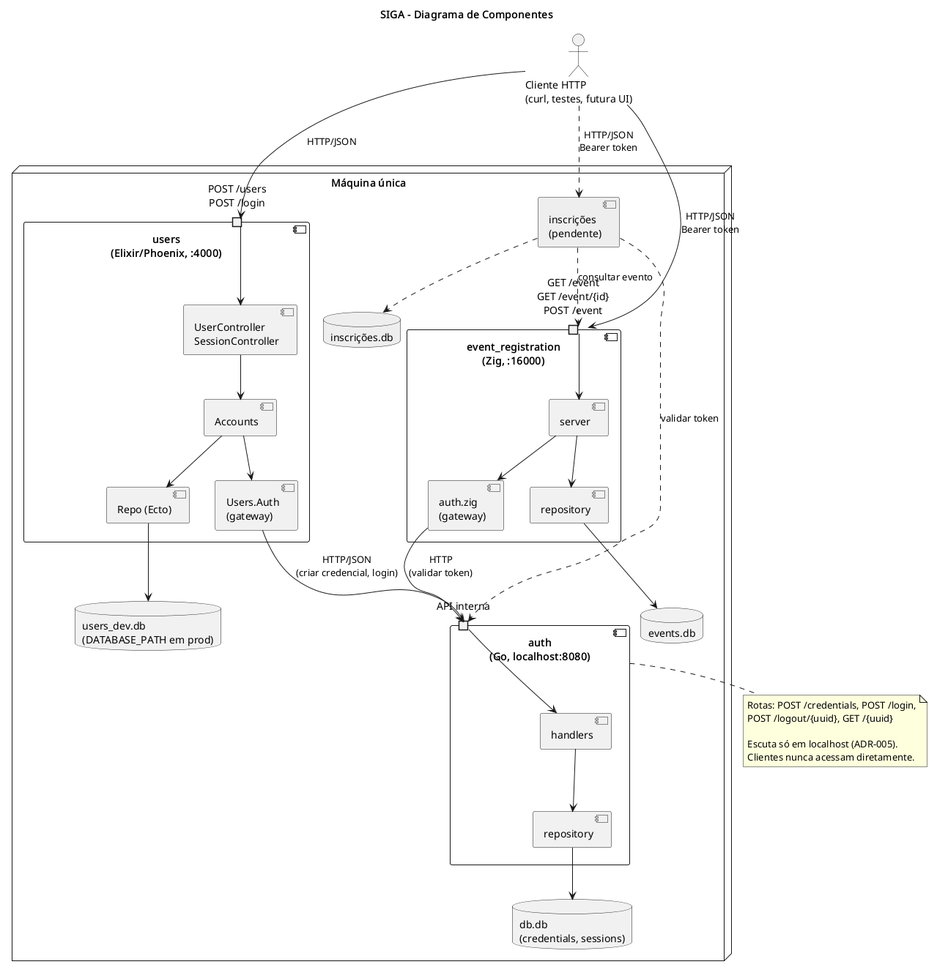
Before: docs/diagramas/componentes.png, a diagram exported from PlantUML (gboncoffee/siga).
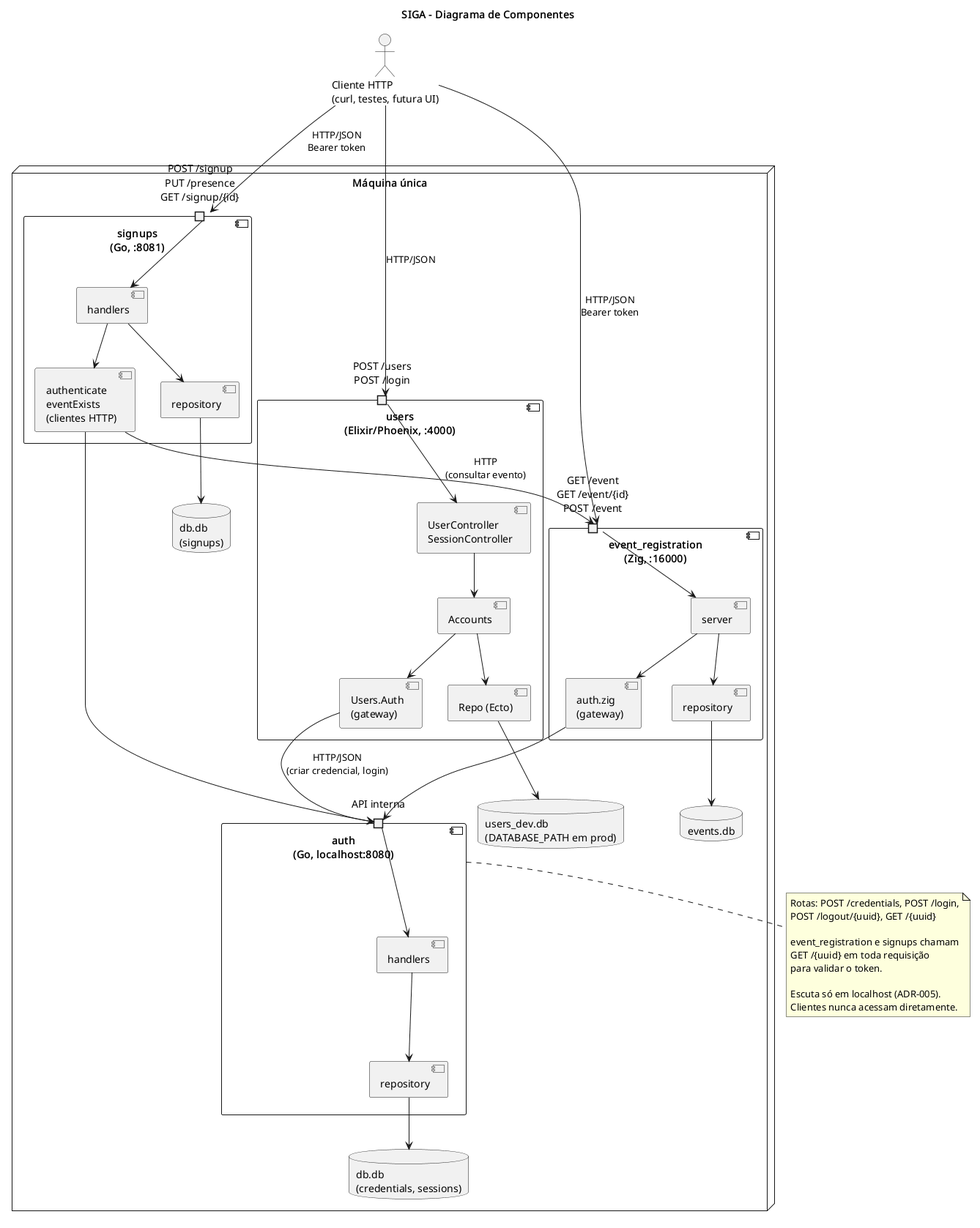
Above is the later version.

The edit, as a diff of the source:
```diff
@@ -37,31 +37,43 @@
     AHandlers --> ARepo
   }
 
-  component "inscrições\n(pendente)" as Reg #EEEEEE
+  component "signups\n(Go, :8081)" as Reg {
+    portin "POST /signup\nPUT /presence\nGET /signup/{id}" as RegApi
+    [handlers] as RHandlers
+    [authenticate\neventExists\n(clientes HTTP)] as RGw
+    [repository] as RRepo
+    RegApi --> RHandlers
+    RHandlers --> RGw
+    RHandlers --> RRepo
+  }
 
   database "users_dev.db\n(DATABASE_PATH em prod)" as UDb
   database "events.db" as EDb
   database "db.db\n(credentials, sessions)" as ADb
-  database "inscrições.db" as RDb #EEEEEE
+  database "db.db\n(signups)" as RDb
 
   URepo --> UDb
   ERepo --> EDb
   ARepo --> ADb
-  Reg ..> RDb
+  RRepo --> RDb
 }
 
 Cliente --> UsersApi : HTTP/JSON
 Cliente --> EventsApi : HTTP/JSON\nBearer token
-Cliente ..> Reg : HTTP/JSON\nBearer token
+Cliente --> RegApi : HTTP/JSON\nBearer token
 
 UGw --> AuthApi : HTTP/JSON\n(criar credencial, login)
-EGw --> AuthApi : HTTP\n(validar token)
-Reg ..> AuthApi : validar token
-Reg ..> EventsApi : consultar evento
+EGw --> AuthApi
+RGw --> AuthApi
+RGw --> EventsApi : HTTP\n(consultar evento)
 
 note right of Auth
   Rotas: POST /credentials, POST /login,
   POST /logout/{uuid}, GET /{uuid}
+
+  event_registration e signups chamam
+  GET /{uuid} em toda requisição
+  para validar o token.
 
   Escuta só em localhost (ADR-005).
   Clientes nunca acessam diretamente.
```
